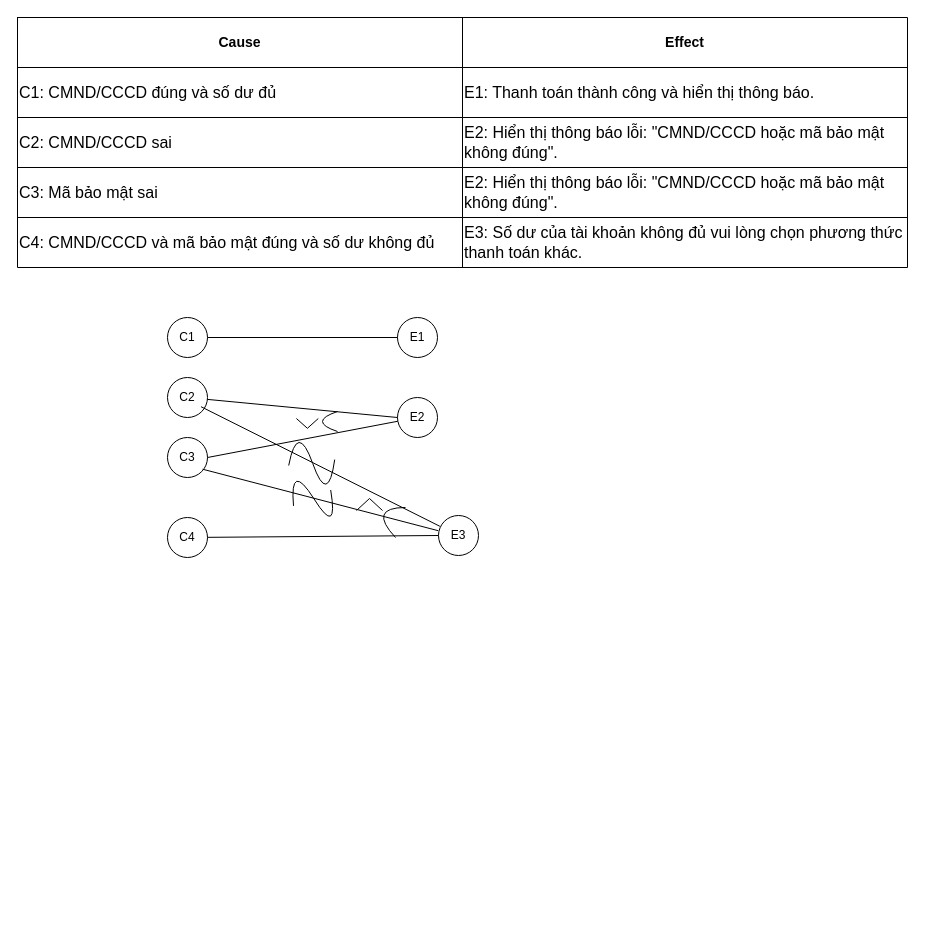
2001181338/ThietKePhanMem keeps this draw.io diagram as DoThiNhanQua_ThanhToan.drawio. Above is the earlier version. Source tidied: cells renumbered, new cells numbered last; positions are measured from the earlier drawing's top-left corner, leaving out a move shared by most shapes. Both pictures are drawn from the tidied source at 100%, with x=0, y=0 at pixel (17, 17).
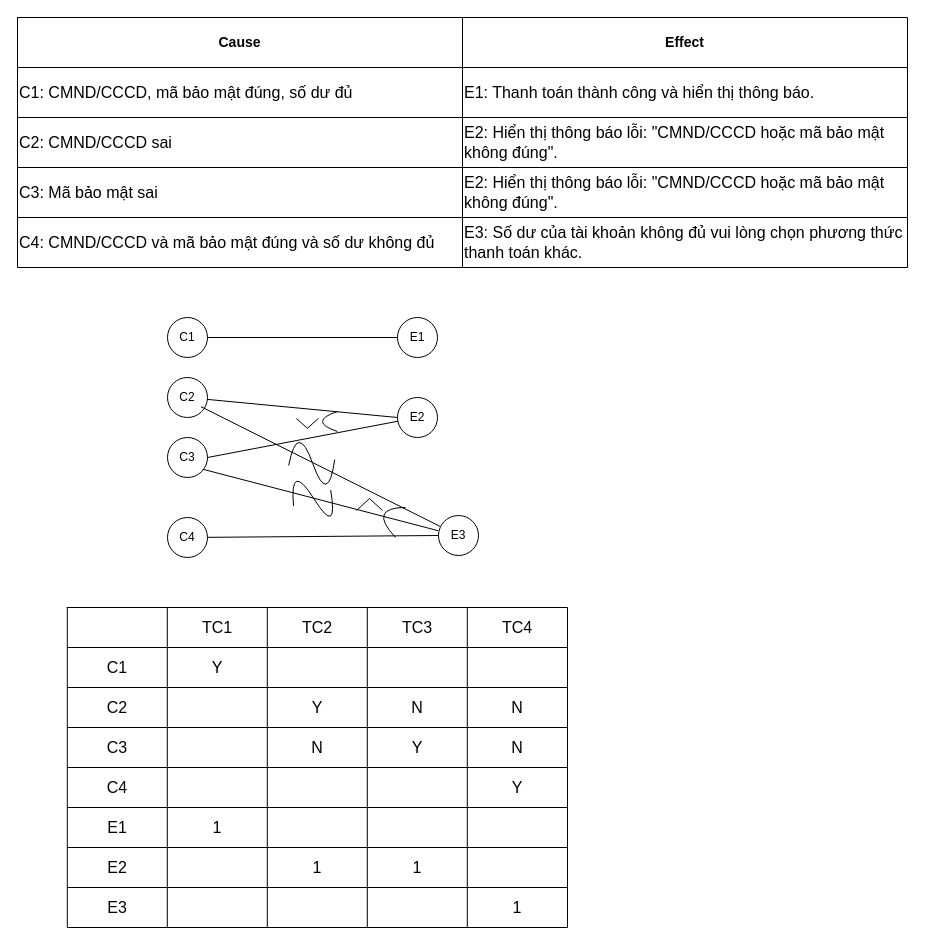
Above is the later version.

The change refers to these unchanged cells:
```xml
<mxCell id="31" style="shape=tableRow;horizontal=0;startSize=0;swimlaneHead=0;swimlaneBody=0;top=0;left=0;bottom=0;right=0;fillColor=none;fontFamily=Helvetica;fontSize=12;fontColor=default;html=1;" parent="27" vertex="1">
  <mxGeometry y="50" width="890" height="50" as="geometry" />
</mxCell>
```

The edit, as a diff of the source:
```diff
@@
-    <mxCell id="32" value="&lt;span style=&quot;font-family: arial; font-size: 16px;&quot;&gt;C1: CMND/CCCD đúng và số dư đủ&lt;/span&gt;" style="shape=partialRectangle;html=1;whiteSpace=wrap;overflow=hidden;fillColor=none;top=0;left=0;bottom=0;right=0;fontFamily=Helvetica;fontSize=16;fontColor=default;align=left;" parent="31" vertex="1">
+    <mxCell id="32" value="&lt;span style=&quot;font-family: &amp;#34;arial&amp;#34; ; font-size: 16px&quot;&gt;C1: CMND/CCCD, mã bảo mật đúng, số dư đủ&lt;/span&gt;" style="shape=partialRectangle;html=1;whiteSpace=wrap;overflow=hidden;fillColor=none;top=0;left=0;bottom=0;right=0;fontFamily=Helvetica;fontSize=16;fontColor=default;align=left;" parent="31" vertex="1">
       <mxGeometry width="445" height="50" as="geometry" />
     </mxCell>
@@
+    <mxCell id="43" style="shape=table;startSize=0;childLayout=tableLayout;rounded=0;fontFamily=Helvetica;fontSize=16;fontColor=default;strokeColor=default;fillColor=none;gradientColor=none;html=1;" parent="1" vertex="1">
+      <mxGeometry x="49.8" y="590" width="500.2" height="320" as="geometry" />
+    </mxCell>
+    <mxCell id="44" style="shape=tableRow;horizontal=0;startSize=0;swimlaneHead=0;swimlaneBody=0;top=0;left=0;bottom=0;right=0;fillColor=none;rounded=0;fontFamily=Helvetica;fontSize=16;fontColor=default;strokeColor=default;html=1;" parent="43" vertex="1">
+      <mxGeometry width="500.2" height="40" as="geometry" />
+    </mxCell>
+    <mxCell id="45" style="shape=partialRectangle;html=1;whiteSpace=wrap;overflow=hidden;fillColor=none;top=0;left=0;bottom=0;right=0;rounded=0;fontFamily=Helvetica;fontSize=16;fontColor=default;startSize=0;strokeColor=default;" parent="44" vertex="1">
+      <mxGeometry width="100" height="40" as="geometry" />
+    </mxCell>
+    <mxCell id="46" value="TC1" style="shape=partialRectangle;html=1;whiteSpace=wrap;overflow=hidden;fillColor=none;top=0;left=0;bottom=0;right=0;rounded=0;fontFamily=Helvetica;fontSize=16;fontColor=default;startSize=0;strokeColor=default;" parent="44" vertex="1">
+      <mxGeometry x="100" width="100" height="40" as="geometry" />
+    </mxCell>
+    <mxCell id="47" value="TC2" style="shape=partialRectangle;html=1;whiteSpace=wrap;overflow=hidden;fillColor=none;top=0;left=0;bottom=0;right=0;rounded=0;fontFamily=Helvetica;fontSize=16;fontColor=default;startSize=0;strokeColor=default;" parent="44" vertex="1">
+      <mxGeometry x="200" width="100" height="40" as="geometry" />
+    </mxCell>
+    <mxCell id="48" value="TC3" style="shape=partialRectangle;html=1;whiteSpace=wrap;overflow=hidden;fillColor=none;top=0;left=0;bottom=0;right=0;rounded=0;fontFamily=Helvetica;fontSize=16;fontColor=default;startSize=0;strokeColor=default;" parent="44" vertex="1">
+      <mxGeometry x="300" width="100" height="40" as="geometry" />
+    </mxCell>
+    <mxCell id="49" value="TC4" style="shape=partialRectangle;html=1;whiteSpace=wrap;overflow=hidden;fillColor=none;top=0;left=0;bottom=0;right=0;rounded=0;fontFamily=Helvetica;fontSize=16;fontColor=default;startSize=0;strokeColor=default;" parent="44" vertex="1">
+      <mxGeometry x="400" width="100" height="40" as="geometry" />
+    </mxCell>
+    <mxCell id="50" style="shape=tableRow;horizontal=0;startSize=0;swimlaneHead=0;swimlaneBody=0;top=0;left=0;bottom=0;right=0;fillColor=none;rounded=0;fontFamily=Helvetica;fontSize=16;fontColor=default;strokeColor=default;html=1;" parent="43" vertex="1">
+      <mxGeometry y="40" width="500.2" height="40" as="geometry" />
+    </mxCell>
+    <mxCell id="51" value="C1" style="shape=partialRectangle;html=1;whiteSpace=wrap;overflow=hidden;fillColor=none;top=0;left=0;bottom=0;right=0;rounded=0;fontFamily=Helvetica;fontSize=16;fontColor=default;startSize=0;strokeColor=default;" parent="50" vertex="1">
+      <mxGeometry width="100" height="40" as="geometry" />
+    </mxCell>
+    <mxCell id="52" value="Y" style="shape=partialRectangle;html=1;whiteSpace=wrap;overflow=hidden;fillColor=none;top=0;left=0;bottom=0;right=0;rounded=0;fontFamily=Helvetica;fontSize=16;fontColor=default;startSize=0;strokeColor=default;" parent="50" vertex="1">
+      <mxGeometry x="100" width="100" height="40" as="geometry" />
+    </mxCell>
+    <mxCell id="53" style="shape=partialRectangle;html=1;whiteSpace=wrap;overflow=hidden;fillColor=none;top=0;left=0;bottom=0;right=0;rounded=0;fontFamily=Helvetica;fontSize=16;fontColor=default;startSize=0;strokeColor=default;" parent="50" vertex="1">
+      <mxGeometry x="200" width="100" height="40" as="geometry" />
+    </mxCell>
+    <mxCell id="54" style="shape=partialRectangle;html=1;whiteSpace=wrap;overflow=hidden;fillColor=none;top=0;left=0;bottom=0;right=0;rounded=0;fontFamily=Helvetica;fontSize=16;fontColor=default;startSize=0;strokeColor=default;" parent="50" vertex="1">
+      <mxGeometry x="300" width="100" height="40" as="geometry" />
+    </mxCell>
+    <mxCell id="55" style="shape=partialRectangle;html=1;whiteSpace=wrap;overflow=hidden;fillColor=none;top=0;left=0;bottom=0;right=0;rounded=0;fontFamily=Helvetica;fontSize=16;fontColor=default;startSize=0;strokeColor=default;" parent="50" vertex="1">
+      <mxGeometry x="400" width="100" height="40" as="geometry" />
+    </mxCell>
+    <mxCell id="56" style="shape=tableRow;horizontal=0;startSize=0;swimlaneHead=0;swimlaneBody=0;top=0;left=0;bottom=0;right=0;fillColor=none;rounded=0;fontFamily=Helvetica;fontSize=16;fontColor=default;strokeColor=default;html=1;" parent="43" vertex="1">
+      <mxGeometry y="80" width="500.2" height="40" as="geometry" />
+    </mxCell>
+    <mxCell id="57" value="C2" style="shape=partialRectangle;html=1;whiteSpace=wrap;overflow=hidden;fillColor=none;top=0;left=0;bottom=0;right=0;rounded=0;fontFamily=Helvetica;fontSize=16;fontColor=default;startSize=0;strokeColor=default;" parent="56" vertex="1">
+      <mxGeometry width="100" height="40" as="geometry" />
+    </mxCell>
+    <mxCell id="58" style="shape=partialRectangle;html=1;whiteSpace=wrap;overflow=hidden;fillColor=none;top=0;left=0;bottom=0;right=0;rounded=0;fontFamily=Helvetica;fontSize=16;fontColor=default;startSize=0;strokeColor=default;" parent="56" vertex="1">
+      <mxGeometry x="100" width="100" height="40" as="geometry" />
+    </mxCell>
+    <mxCell id="59" value="Y" style="shape=partialRectangle;html=1;whiteSpace=wrap;overflow=hidden;fillColor=none;top=0;left=0;bottom=0;right=0;rounded=0;fontFamily=Helvetica;fontSize=16;fontColor=default;startSize=0;strokeColor=default;" parent="56" vertex="1">
+      <mxGeometry x="200" width="100" height="40" as="geometry" />
+    </mxCell>
+    <mxCell id="60" value="N" style="shape=partialRectangle;html=1;whiteSpace=wrap;overflow=hidden;fillColor=none;top=0;left=0;bottom=0;right=0;rounded=0;fontFamily=Helvetica;fontSize=16;fontColor=default;startSize=0;strokeColor=default;" parent="56" vertex="1">
+      <mxGeometry x="300" width="100" height="40" as="geometry" />
+    </mxCell>
+    <mxCell id="61" value="N" style="shape=partialRectangle;html=1;whiteSpace=wrap;overflow=hidden;fillColor=none;top=0;left=0;bottom=0;right=0;rounded=0;fontFamily=Helvetica;fontSize=16;fontColor=default;startSize=0;strokeColor=default;" parent="56" vertex="1">
+      <mxGeometry x="400" width="100" height="40" as="geometry" />
+    </mxCell>
+    <mxCell id="62" style="shape=tableRow;horizontal=0;startSize=0;swimlaneHead=0;swimlaneBody=0;top=0;left=0;bottom=0;right=0;fillColor=none;rounded=0;fontFamily=Helvetica;fontSize=16;fontColor=default;strokeColor=default;html=1;" parent="43" vertex="1">
+      <mxGeometry y="120" width="500.2" height="40" as="geometry" />
+    </mxCell>
+    <mxCell id="63" value="C3" style="shape=partialRectangle;html=1;whiteSpace=wrap;overflow=hidden;fillColor=none;top=0;left=0;bottom=0;right=0;rounded=0;fontFamily=Helvetica;fontSize=16;fontColor=default;startSize=0;strokeColor=default;" parent="62" vertex="1">
+      <mxGeometry width="100" height="40" as="geometry" />
+    </mxCell>
+    <mxCell id="64" style="shape=partialRectangle;html=1;whiteSpace=wrap;overflow=hidden;fillColor=none;top=0;left=0;bottom=0;right=0;rounded=0;fontFamily=Helvetica;fontSize=16;fontColor=default;startSize=0;strokeColor=default;" parent="62" vertex="1">
+      <mxGeometry x="100" width="100" height="40" as="geometry" />
+    </mxCell>
+    <mxCell id="65" value="N" style="shape=partialRectangle;html=1;whiteSpace=wrap;overflow=hidden;fillColor=none;top=0;left=0;bottom=0;right=0;rounded=0;fontFamily=Helvetica;fontSize=16;fontColor=default;startSize=0;strokeColor=default;" parent="62" vertex="1">
+      <mxGeometry x="200" width="100" height="40" as="geometry" />
+    </mxCell>
+    <mxCell id="66" value="Y" style="shape=partialRectangle;html=1;whiteSpace=wrap;overflow=hidden;fillColor=none;top=0;left=0;bottom=0;right=0;rounded=0;fontFamily=Helvetica;fontSize=16;fontColor=default;startSize=0;strokeColor=default;" parent="62" vertex="1">
+      <mxGeometry x="300" width="100" height="40" as="geometry" />
+    </mxCell>
+    <mxCell id="67" value="N" style="shape=partialRectangle;html=1;whiteSpace=wrap;overflow=hidden;fillColor=none;top=0;left=0;bottom=0;right=0;rounded=0;fontFamily=Helvetica;fontSize=16;fontColor=default;startSize=0;strokeColor=default;" parent="62" vertex="1">
+      <mxGeometry x="400" width="100" height="40" as="geometry" />
+    </mxCell>
+    <mxCell id="68" style="shape=tableRow;horizontal=0;startSize=0;swimlaneHead=0;swimlaneBody=0;top=0;left=0;bottom=0;right=0;fillColor=none;rounded=0;fontFamily=Helvetica;fontSize=16;fontColor=default;strokeColor=default;html=1;" parent="43" vertex="1">
+      <mxGeometry y="160" width="500.2" height="40" as="geometry" />
+    </mxCell>
+    <mxCell id="69" value="C4" style="shape=partialRectangle;html=1;whiteSpace=wrap;overflow=hidden;fillColor=none;top=0;left=0;bottom=0;right=0;rounded=0;fontFamily=Helvetica;fontSize=16;fontColor=default;startSize=0;strokeColor=default;" parent="68" vertex="1">
+      <mxGeometry width="100" height="40" as="geometry" />
+    </mxCell>
+    <mxCell id="70" style="shape=partialRectangle;html=1;whiteSpace=wrap;overflow=hidden;fillColor=none;top=0;left=0;bottom=0;right=0;rounded=0;fontFamily=Helvetica;fontSize=16;fontColor=default;startSize=0;strokeColor=default;" parent="68" vertex="1">
+      <mxGeometry x="100" width="100" height="40" as="geometry" />
+    </mxCell>
+    <mxCell id="71" style="shape=partialRectangle;html=1;whiteSpace=wrap;overflow=hidden;fillColor=none;top=0;left=0;bottom=0;right=0;rounded=0;fontFamily=Helvetica;fontSize=16;fontColor=default;startSize=0;strokeColor=default;" parent="68" vertex="1">
+      <mxGeometry x="200" width="100" height="40" as="geometry" />
+    </mxCell>
+    <mxCell id="72" style="shape=partialRectangle;html=1;whiteSpace=wrap;overflow=hidden;fillColor=none;top=0;left=0;bottom=0;right=0;rounded=0;fontFamily=Helvetica;fontSize=16;fontColor=default;startSize=0;strokeColor=default;" parent="68" vertex="1">
+      <mxGeometry x="300" width="100" height="40" as="geometry" />
+    </mxCell>
+    <mxCell id="73" value="Y" style="shape=partialRectangle;html=1;whiteSpace=wrap;overflow=hidden;fillColor=none;top=0;left=0;bottom=0;right=0;rounded=0;fontFamily=Helvetica;fontSize=16;fontColor=default;startSize=0;strokeColor=default;" parent="68" vertex="1">
+      <mxGeometry x="400" width="100" height="40" as="geometry" />
+    </mxCell>
+    <mxCell id="74" style="shape=tableRow;horizontal=0;startSize=0;swimlaneHead=0;swimlaneBody=0;top=0;left=0;bottom=0;right=0;fillColor=none;rounded=0;fontFamily=Helvetica;fontSize=16;fontColor=default;strokeColor=default;html=1;" parent="43" vertex="1">
+      <mxGeometry y="200" width="500.2" height="40" as="geometry" />
+    </mxCell>
+    <mxCell id="75" value="E1" style="shape=partialRectangle;html=1;whiteSpace=wrap;overflow=hidden;fillColor=none;top=0;left=0;bottom=0;right=0;rounded=0;fontFamily=Helvetica;fontSize=16;fontColor=default;startSize=0;strokeColor=default;" parent="74" vertex="1">
+      <mxGeometry width="100" height="40" as="geometry" />
+    </mxCell>
+    <mxCell id="76" value="1" style="shape=partialRectangle;html=1;whiteSpace=wrap;overflow=hidden;fillColor=none;top=0;left=0;bottom=0;right=0;rounded=0;fontFamily=Helvetica;fontSize=16;fontColor=default;startSize=0;strokeColor=default;" parent="74" vertex="1">
+      <mxGeometry x="100" width="100" height="40" as="geometry" />
+    </mxCell>
+    <mxCell id="77" style="shape=partialRectangle;html=1;whiteSpace=wrap;overflow=hidden;fillColor=none;top=0;left=0;bottom=0;right=0;rounded=0;fontFamily=Helvetica;fontSize=16;fontColor=default;startSize=0;strokeColor=default;" parent="74" vertex="1">
+      <mxGeometry x="200" width="100" height="40" as="geometry" />
+    </mxCell>
+    <mxCell id="78" style="shape=partialRectangle;html=1;whiteSpace=wrap;overflow=hidden;fillColor=none;top=0;left=0;bottom=0;right=0;rounded=0;fontFamily=Helvetica;fontSize=16;fontColor=default;startSize=0;strokeColor=default;" parent="74" vertex="1">
+      <mxGeometry x="300" width="100" height="40" as="geometry" />
+    </mxCell>
+    <mxCell id="79" style="shape=partialRectangle;html=1;whiteSpace=wrap;overflow=hidden;fillColor=none;top=0;left=0;bottom=0;right=0;rounded=0;fontFamily=Helvetica;fontSize=16;fontColor=default;startSize=0;strokeColor=default;" parent="74" vertex="1">
+      <mxGeometry x="400" width="100" height="40" as="geometry" />
+    </mxCell>
+    <mxCell id="80" style="shape=tableRow;horizontal=0;startSize=0;swimlaneHead=0;swimlaneBody=0;top=0;left=0;bottom=0;right=0;fillColor=none;rounded=0;fontFamily=Helvetica;fontSize=16;fontColor=default;strokeColor=default;html=1;" parent="43" vertex="1">
+      <mxGeometry y="240" width="500.2" height="40" as="geometry" />
+    </mxCell>
+    <mxCell id="81" value="E2" style="shape=partialRectangle;html=1;whiteSpace=wrap;overflow=hidden;fillColor=none;top=0;left=0;bottom=0;right=0;rounded=0;fontFamily=Helvetica;fontSize=16;fontColor=default;startSize=0;strokeColor=default;" parent="80" vertex="1">
+      <mxGeometry width="100" height="40" as="geometry" />
+    </mxCell>
+    <mxCell id="82" style="shape=partialRectangle;html=1;whiteSpace=wrap;overflow=hidden;fillColor=none;top=0;left=0;bottom=0;right=0;rounded=0;fontFamily=Helvetica;fontSize=16;fontColor=default;startSize=0;strokeColor=default;" parent="80" vertex="1">
+      <mxGeometry x="100" width="100" height="40" as="geometry" />
+    </mxCell>
+    <mxCell id="83" value="1" style="shape=partialRectangle;html=1;whiteSpace=wrap;overflow=hidden;fillColor=none;top=0;left=0;bottom=0;right=0;rounded=0;fontFamily=Helvetica;fontSize=16;fontColor=default;startSize=0;strokeColor=default;" parent="80" vertex="1">
+      <mxGeometry x="200" width="100" height="40" as="geometry" />
+    </mxCell>
+    <mxCell id="84" value="1" style="shape=partialRectangle;html=1;whiteSpace=wrap;overflow=hidden;fillColor=none;top=0;left=0;bottom=0;right=0;rounded=0;fontFamily=Helvetica;fontSize=16;fontColor=default;startSize=0;strokeColor=default;" parent="80" vertex="1">
+      <mxGeometry x="300" width="100" height="40" as="geometry" />
+    </mxCell>
+    <mxCell id="85" style="shape=partialRectangle;html=1;whiteSpace=wrap;overflow=hidden;fillColor=none;top=0;left=0;bottom=0;right=0;rounded=0;fontFamily=Helvetica;fontSize=16;fontColor=default;startSize=0;strokeColor=default;" parent="80" vertex="1">
+      <mxGeometry x="400" width="100" height="40" as="geometry" />
+    </mxCell>
+    <mxCell id="86" style="shape=tableRow;horizontal=0;startSize=0;swimlaneHead=0;swimlaneBody=0;top=0;left=0;bottom=0;right=0;fillColor=none;rounded=0;fontFamily=Helvetica;fontSize=16;fontColor=default;strokeColor=default;html=1;" parent="43" vertex="1">
+      <mxGeometry y="280" width="500.2" height="40" as="geometry" />
+    </mxCell>
+    <mxCell id="87" value="E3" style="shape=partialRectangle;html=1;whiteSpace=wrap;overflow=hidden;fillColor=none;top=0;left=0;bottom=0;right=0;rounded=0;fontFamily=Helvetica;fontSize=16;fontColor=default;startSize=0;strokeColor=default;" parent="86" vertex="1">
+      <mxGeometry width="100" height="40" as="geometry" />
+    </mxCell>
+    <mxCell id="88" style="shape=partialRectangle;html=1;whiteSpace=wrap;overflow=hidden;fillColor=none;top=0;left=0;bottom=0;right=0;rounded=0;fontFamily=Helvetica;fontSize=16;fontColor=default;startSize=0;strokeColor=default;" parent="86" vertex="1">
+      <mxGeometry x="100" width="100" height="40" as="geometry" />
+    </mxCell>
+    <mxCell id="89" style="shape=partialRectangle;html=1;whiteSpace=wrap;overflow=hidden;fillColor=none;top=0;left=0;bottom=0;right=0;rounded=0;fontFamily=Helvetica;fontSize=16;fontColor=default;startSize=0;strokeColor=default;" parent="86" vertex="1">
+      <mxGeometry x="200" width="100" height="40" as="geometry" />
+    </mxCell>
+    <mxCell id="90" style="shape=partialRectangle;html=1;whiteSpace=wrap;overflow=hidden;fillColor=none;top=0;left=0;bottom=0;right=0;rounded=0;fontFamily=Helvetica;fontSize=16;fontColor=default;startSize=0;strokeColor=default;" parent="86" vertex="1">
+      <mxGeometry x="300" width="100" height="40" as="geometry" />
+    </mxCell>
+    <mxCell id="91" value="1" style="shape=partialRectangle;html=1;whiteSpace=wrap;overflow=hidden;fillColor=none;top=0;left=0;bottom=0;right=0;rounded=0;fontFamily=Helvetica;fontSize=16;fontColor=default;startSize=0;strokeColor=default;" parent="86" vertex="1">
+      <mxGeometry x="400" width="100" height="40" as="geometry" />
+    </mxCell>
```
